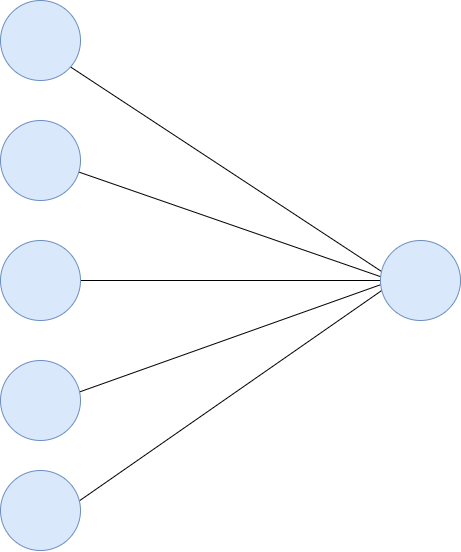
Before: images/chart-preview.png, a diagram exported from draw.io (RyanSaxe/blog). Source tidied: cells renumbered, new cells last; positions are measured from the earlier drawing's top-left corner, leaving out a move shared by most shapes. Its diagram source:
```xml
<mxGraphModel>
  <root>
    <mxCell id="0" />
    <mxCell id="1" parent="0" />
    <mxCell id="2" style="endArrow=classic;html=1;" parent="1" edge="1">
      <mxGeometry relative="1" as="geometry">
        <mxPoint x="45" y="280" as="sourcePoint" />
        <mxPoint x="420" y="280" as="targetPoint" />
      </mxGeometry>
    </mxCell>
    <mxCell id="3" style="endArrow=classic;html=1;" parent="1" edge="1">
      <mxGeometry relative="1" as="geometry">
        <mxPoint x="65" y="510" as="sourcePoint" />
        <mxPoint x="410" y="270" as="targetPoint" />
      </mxGeometry>
    </mxCell>
    <mxCell id="4" style="endArrow=classic;html=1;" parent="1" edge="1">
      <mxGeometry relative="1" as="geometry">
        <mxPoint x="55" y="400" as="sourcePoint" />
        <mxPoint x="420" y="270" as="targetPoint" />
      </mxGeometry>
    </mxCell>
    <mxCell id="5" style="endArrow=classic;html=1;" parent="1" edge="1">
      <mxGeometry relative="1" as="geometry">
        <mxPoint x="45" y="50" as="sourcePoint" />
        <mxPoint x="410" y="290" as="targetPoint" />
      </mxGeometry>
    </mxCell>
    <mxCell id="6" style="endArrow=classic;html=1;" parent="1" edge="1">
      <mxGeometry relative="1" as="geometry">
        <mxPoint x="45" y="160" as="sourcePoint" />
        <mxPoint x="420" y="290" as="targetPoint" />
      </mxGeometry>
    </mxCell>
    <mxCell id="7" style="ellipse;whiteSpace=wrap;html=1;fillColor=#dae8fc;strokeColor=#6c8ebf;" parent="1" vertex="1">
      <mxGeometry y="470" width="80" height="80" as="geometry" />
    </mxCell>
    <mxCell id="8" style="ellipse;whiteSpace=wrap;html=1;fillColor=#dae8fc;strokeColor=#6c8ebf;" parent="1" vertex="1">
      <mxGeometry y="240" width="80" height="80" as="geometry" />
    </mxCell>
    <mxCell id="9" style="ellipse;whiteSpace=wrap;html=1;fillColor=#dae8fc;strokeColor=#6c8ebf;" parent="1" vertex="1">
      <mxGeometry y="120" width="80" height="80" as="geometry" />
    </mxCell>
    <mxCell id="10" style="ellipse;whiteSpace=wrap;html=1;fillColor=#dae8fc;strokeColor=#6c8ebf;" parent="1" vertex="1">
      <mxGeometry width="80" height="80" as="geometry" />
    </mxCell>
    <mxCell id="11" style="edgeStyle=orthogonalEdgeStyle;rounded=0;orthogonalLoop=1;jettySize=auto;html=1;exitX=0.5;exitY=1;exitDx=0;exitDy=0;" parent="1" edge="1" source="9" target="9">
      <mxGeometry relative="1" as="geometry" />
    </mxCell>
    <mxCell id="12" style="ellipse;whiteSpace=wrap;html=1;fillColor=#dae8fc;strokeColor=#6c8ebf;" parent="1" vertex="1">
      <mxGeometry y="360" width="80" height="80" as="geometry" />
    </mxCell>
    <mxCell id="13" style="ellipse;whiteSpace=wrap;html=1;fillColor=#dae8fc;strokeColor=#6c8ebf;" parent="1" vertex="1">
      <mxGeometry x="380" y="240" width="80" height="80" as="geometry" />
    </mxCell>
  </root>
</mxGraphModel>
```
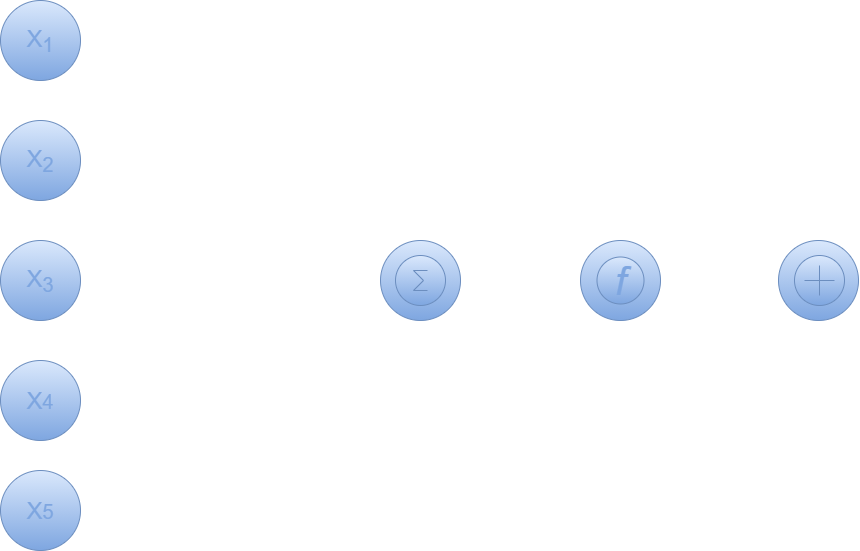
Above is the later version.

Diff of the diagram source:
```diff
@@ -2,56 +2,79 @@
   <root>
     <mxCell id="0" />
     <mxCell id="1" parent="0" />
+    <mxCell id="14" style="endArrow=classic;html=1;strokeColor=#FFFFFF;entryX=0.585;entryY=0.502;entryDx=0;entryDy=0;entryPerimeter=0;" parent="1" edge="1" target="17">
+      <mxGeometry relative="1" as="geometry">
+        <mxPoint x="425" y="279" as="sourcePoint" />
+      </mxGeometry>
+    </mxCell>
-    <mxCell id="2" style="endArrow=classic;html=1;" parent="1" edge="1">
+    <mxCell id="2" style="endArrow=classic;html=1;strokeColor=#FFFFFF;" parent="1" edge="1">
       <mxGeometry relative="1" as="geometry">
         <mxPoint x="45" y="280" as="sourcePoint" />
         <mxPoint x="420" y="280" as="targetPoint" />
       </mxGeometry>
     </mxCell>
-    <mxCell id="3" style="endArrow=classic;html=1;" parent="1" edge="1">
+    <mxCell id="3" style="endArrow=classic;html=1;strokeColor=#FFFFFF;" parent="1" edge="1">
       <mxGeometry relative="1" as="geometry">
         <mxPoint x="65" y="510" as="sourcePoint" />
         <mxPoint x="410" y="270" as="targetPoint" />
       </mxGeometry>
     </mxCell>
-    <mxCell id="4" style="endArrow=classic;html=1;" parent="1" edge="1">
+    <mxCell id="4" style="endArrow=classic;html=1;strokeColor=#FFFFFF;" parent="1" edge="1">
       <mxGeometry relative="1" as="geometry">
         <mxPoint x="55" y="400" as="sourcePoint" />
         <mxPoint x="420" y="270" as="targetPoint" />
       </mxGeometry>
     </mxCell>
-    <mxCell id="5" style="endArrow=classic;html=1;" parent="1" edge="1">
+    <mxCell id="5" style="endArrow=classic;html=1;strokeWidth=2;strokeColor=#FFFFFF;" parent="1" edge="1">
       <mxGeometry relative="1" as="geometry">
         <mxPoint x="45" y="50" as="sourcePoint" />
         <mxPoint x="410" y="290" as="targetPoint" />
       </mxGeometry>
     </mxCell>
-    <mxCell id="6" style="endArrow=classic;html=1;" parent="1" edge="1">
+    <mxCell id="6" style="endArrow=classic;html=1;strokeColor=#FFFFFF;" parent="1" edge="1">
       <mxGeometry relative="1" as="geometry">
         <mxPoint x="45" y="160" as="sourcePoint" />
         <mxPoint x="420" y="290" as="targetPoint" />
       </mxGeometry>
     </mxCell>
-    <mxCell id="7" style="ellipse;whiteSpace=wrap;html=1;fillColor=#dae8fc;strokeColor=#6c8ebf;" parent="1" vertex="1">
+    <mxCell id="7" value="&lt;span style=&quot;color: rgb(126 , 166 , 224) ; font-size: 24px&quot;&gt;X&lt;/span&gt;&lt;span style=&quot;color: rgb(126 , 166 , 224) ; font-size: 20px&quot;&gt;5&lt;/span&gt;" style="ellipse;whiteSpace=wrap;html=1;fillColor=#dae8fc;strokeColor=#6c8ebf;gradientColor=#7ea6e0;" parent="1" vertex="1">
       <mxGeometry y="470" width="80" height="80" as="geometry" />
     </mxCell>
-    <mxCell id="8" style="ellipse;whiteSpace=wrap;html=1;fillColor=#dae8fc;strokeColor=#6c8ebf;" parent="1" vertex="1">
+    <mxCell id="8" value="&lt;span style=&quot;color: rgb(126 , 166 , 224) ; font-size: 24px&quot;&gt;X&lt;sub&gt;3&lt;/sub&gt;&lt;/span&gt;" style="ellipse;whiteSpace=wrap;html=1;fillColor=#dae8fc;strokeColor=#6c8ebf;gradientColor=#7ea6e0;" parent="1" vertex="1">
       <mxGeometry y="240" width="80" height="80" as="geometry" />
     </mxCell>
-    <mxCell id="9" style="ellipse;whiteSpace=wrap;html=1;fillColor=#dae8fc;strokeColor=#6c8ebf;" parent="1" vertex="1">
+    <mxCell id="9" value="&lt;font color=&quot;#7ea6e0&quot;&gt;&lt;span style=&quot;font-size: 24px&quot;&gt;X&lt;/span&gt;&lt;span style=&quot;font-size: 24px&quot;&gt;&lt;sub&gt;2&lt;/sub&gt;&lt;/span&gt;&lt;/font&gt;" style="ellipse;whiteSpace=wrap;html=1;fillColor=#dae8fc;strokeColor=#6c8ebf;gradientColor=#7ea6e0;" parent="1" vertex="1">
       <mxGeometry y="120" width="80" height="80" as="geometry" />
     </mxCell>
-    <mxCell id="10" style="ellipse;whiteSpace=wrap;html=1;fillColor=#dae8fc;strokeColor=#6c8ebf;" parent="1" vertex="1">
+    <mxCell id="10" value="&lt;font style=&quot;font-size: 24px&quot; color=&quot;#7ea6e0&quot;&gt;X&lt;sub&gt;1&lt;/sub&gt;&lt;/font&gt;" style="ellipse;whiteSpace=wrap;html=1;fillColor=#dae8fc;strokeColor=#6c8ebf;gradientColor=#7ea6e0;" parent="1" vertex="1">
       <mxGeometry width="80" height="80" as="geometry" />
     </mxCell>
     <mxCell id="11" style="edgeStyle=orthogonalEdgeStyle;rounded=0;orthogonalLoop=1;jettySize=auto;html=1;exitX=0.5;exitY=1;exitDx=0;exitDy=0;" parent="1" edge="1" source="9" target="9">
       <mxGeometry relative="1" as="geometry" />
     </mxCell>
-    <mxCell id="12" style="ellipse;whiteSpace=wrap;html=1;fillColor=#dae8fc;strokeColor=#6c8ebf;" parent="1" vertex="1">
+    <mxCell id="12" value="&lt;span style=&quot;color: rgb(126 , 166 , 224) ; font-size: 24px&quot;&gt;X&lt;/span&gt;&lt;span style=&quot;color: rgb(126 , 166 , 224) ; font-size: 20px&quot;&gt;4&lt;/span&gt;" style="ellipse;whiteSpace=wrap;html=1;fillColor=#dae8fc;strokeColor=#6c8ebf;gradientColor=#7ea6e0;" parent="1" vertex="1">
       <mxGeometry y="360" width="80" height="80" as="geometry" />
     </mxCell>
-    <mxCell id="13" style="ellipse;whiteSpace=wrap;html=1;fillColor=#dae8fc;strokeColor=#6c8ebf;" parent="1" vertex="1">
+    <mxCell id="13" style="ellipse;whiteSpace=wrap;html=1;fillColor=#dae8fc;strokeColor=#6c8ebf;gradientColor=#7ea6e0;" parent="1" vertex="1">
       <mxGeometry x="380" y="240" width="80" height="80" as="geometry" />
     </mxCell>
+    <mxCell id="15" style="verticalLabelPosition=bottom;shadow=0;dashed=0;align=center;html=1;verticalAlign=top;shape=mxgraph.electrical.abstract.sum;gradientColor=#7ea6e0;fillColor=#dae8fc;strokeColor=#6c8ebf;" parent="1" vertex="1">
+      <mxGeometry x="395" y="255" width="50" height="50" as="geometry" />
+    </mxCell>
+    <mxCell id="16" style="ellipse;whiteSpace=wrap;html=1;fillColor=#dae8fc;strokeColor=#6c8ebf;gradientColor=#7ea6e0;" parent="1" vertex="1">
+      <mxGeometry x="580" y="240" width="80" height="80" as="geometry" />
+    </mxCell>
+    <mxCell id="17" style="verticalLabelPosition=bottom;shadow=0;dashed=0;align=center;html=1;verticalAlign=top;shape=mxgraph.electrical.abstract.summation_point;gradientColor=#7ea6e0;fillColor=#dae8fc;strokeColor=#6c8ebf;" parent="1" vertex="1">
+      <mxGeometry x="780" y="255" width="50" height="50" as="geometry" />
+    </mxCell>
+    <mxCell id="18" style="ellipse;whiteSpace=wrap;html=1;fillColor=#dae8fc;strokeColor=#6c8ebf;gradientColor=#7ea6e0;" parent="1" vertex="1">
+      <mxGeometry x="778" y="240" width="80" height="80" as="geometry" />
+    </mxCell>
+    <mxCell id="19" style="verticalLabelPosition=bottom;shadow=0;dashed=0;align=center;html=1;verticalAlign=top;shape=mxgraph.electrical.abstract.summation_point;gradientColor=#7ea6e0;fillColor=#dae8fc;strokeColor=#6c8ebf;" parent="1" vertex="1">
+      <mxGeometry x="794" y="255" width="50" height="50" as="geometry" />
+    </mxCell>
+    <mxCell id="20" value="&lt;p&gt;&lt;font style=&quot;font-size: 40px&quot; color=&quot;#7ea6e0&quot;&gt;&lt;i&gt;f&lt;/i&gt;&lt;/font&gt;&lt;/p&gt;" style="ellipse;whiteSpace=wrap;html=1;gradientColor=#7ea6e0;fillColor=#dae8fc;strokeColor=#6c8ebf;" parent="1" vertex="1">
+      <mxGeometry x="596.5" y="256.5" width="47" height="47" as="geometry" />
+    </mxCell>
   </root>
 </mxGraphModel>
```
